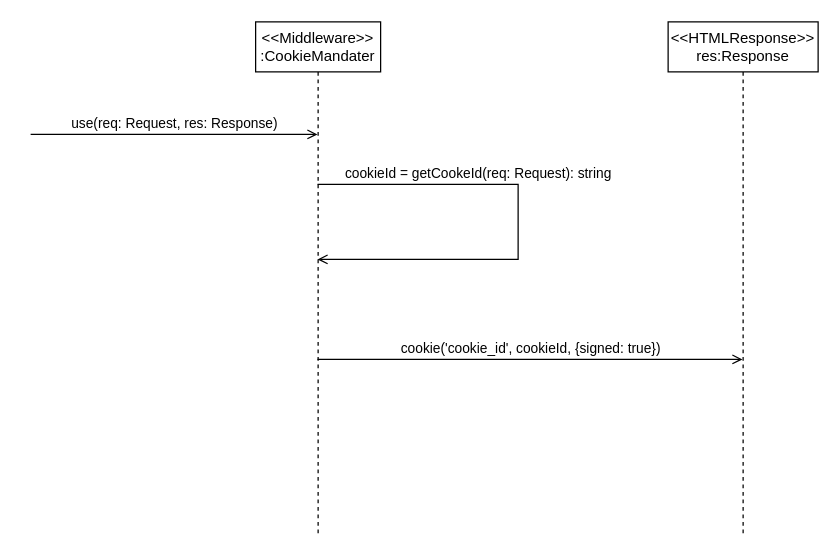
Before: uml/sequence_diagrams/Get_User_ID_Sequence_Diagram.drawio in slavnikov/geo-nam-gam, a draw.io diagram. Source tidied: cells renumbered, new cells numbered last; positions are measured from the earlier drawing's top-left corner, leaving out a move shared by most shapes. Both pictures are drawn from the tidied source at 125%, with x=0, y=0 at pixel (30, 21).
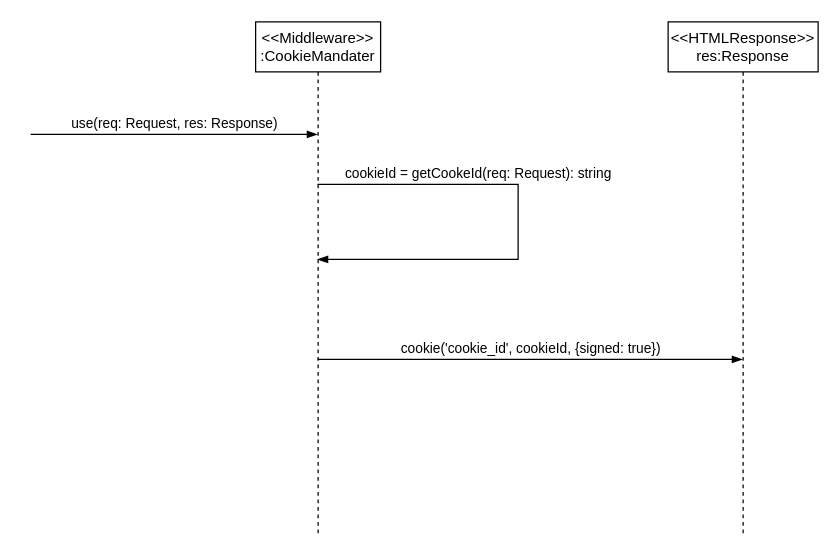
After the change.

Commit message:
Update the message arrows in the 'get user id' sequence diagram to show synchronous messages;

Change to the diagram source:
```diff
@@
 <mxGraphModel>
   <root>
     <mxCell id="0" />
     <mxCell id="1" parent="0" />
     <mxCell id="2" value="&amp;lt;&amp;lt;Middleware&amp;gt;&amp;gt;&lt;br&gt;:CookieMandater" style="shape=umlLifeline;perimeter=lifelinePerimeter;whiteSpace=wrap;html=1;outlineConnect=0;portConstraint=eastwest;newEdgeStyle={&quot;edgeStyle&quot;:&quot;elbowEdgeStyle&quot;,&quot;elbow&quot;:&quot;vertical&quot;,&quot;curved&quot;:0,&quot;rounded&quot;:0};" parent="1" vertex="1">
       <mxGeometry x="180" width="100" height="410" as="geometry" />
     </mxCell>
-    <mxCell id="3" value="use(req: Request, res: Response)" style="html=1;verticalAlign=bottom;labelBackgroundColor=none;endArrow=open;endFill=0;rounded=0;" parent="1" edge="1" target="2">
+    <mxCell id="3" value="use(req: Request, res: Response)" style="html=1;verticalAlign=bottom;labelBackgroundColor=none;endArrow=blockThin;endFill=1;rounded=0;" parent="1" edge="1" target="2">
       <mxGeometry relative="1" as="geometry">
         <mxPoint y="90" as="sourcePoint" />
       </mxGeometry>
     </mxCell>
-    <mxCell id="4" value="cookieId = getCookeId(req: Request): string" style="html=1;verticalAlign=bottom;labelBackgroundColor=none;endArrow=open;endFill=0;rounded=0;" parent="1" edge="1" source="2" target="2">
+    <mxCell id="4" value="cookieId = getCookeId(req: Request): string" style="html=1;verticalAlign=bottom;labelBackgroundColor=none;endArrow=blockThin;endFill=1;rounded=0;" parent="1" edge="1" source="2" target="2">
       <mxGeometry x="-0.33" relative="1" as="geometry">
         <Array as="points">
           <mxPoint x="390" y="130" />
           <mxPoint x="390" y="190" />
         </Array>
       </mxGeometry>
     </mxCell>
     <mxCell id="5" value="&amp;lt;&amp;lt;HTMLResponse&amp;gt;&amp;gt;&lt;br&gt;res:Response" style="shape=umlLifeline;perimeter=lifelinePerimeter;whiteSpace=wrap;html=1;outlineConnect=0;portConstraint=eastwest;newEdgeStyle={&quot;edgeStyle&quot;:&quot;elbowEdgeStyle&quot;,&quot;elbow&quot;:&quot;vertical&quot;,&quot;curved&quot;:0,&quot;rounded&quot;:0};" parent="1" vertex="1">
       <mxGeometry x="510" width="120" height="410" as="geometry" />
     </mxCell>
-    <mxCell id="6" value="cookie('cookie_id', cookieId, {signed: true})" style="html=1;verticalAlign=bottom;labelBackgroundColor=none;endArrow=open;endFill=0;rounded=0;" parent="1" edge="1" source="2" target="5">
+    <mxCell id="6" value="cookie('cookie_id', cookieId, {signed: true})" style="html=1;verticalAlign=bottom;labelBackgroundColor=none;endArrow=blockThin;endFill=1;rounded=0;" parent="1" edge="1" source="2" target="5">
       <mxGeometry relative="1" as="geometry">
         <Array as="points">
           <mxPoint x="350" y="270" />
         </Array>
       </mxGeometry>
     </mxCell>
   </root>
 </mxGraphModel>
```
